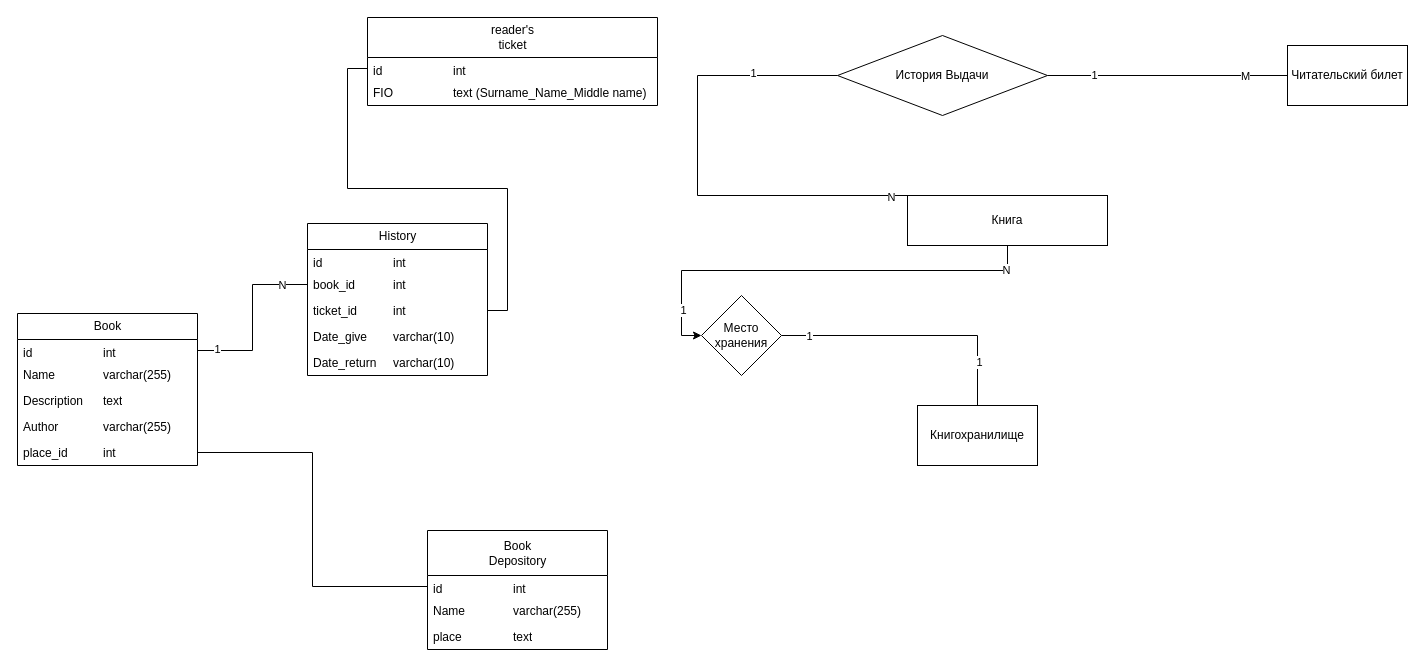
Before: MyDiogram.drawio in Andrhan04/DataBase, a draw.io diagram. Source tidied: cells renumbered, new cells numbered last; positions are measured from the earlier drawing's top-left corner, leaving out a move shared by most shapes. Both pictures are drawn from the tidied source at 100%, with x=0, y=0 at pixel (17, 17).
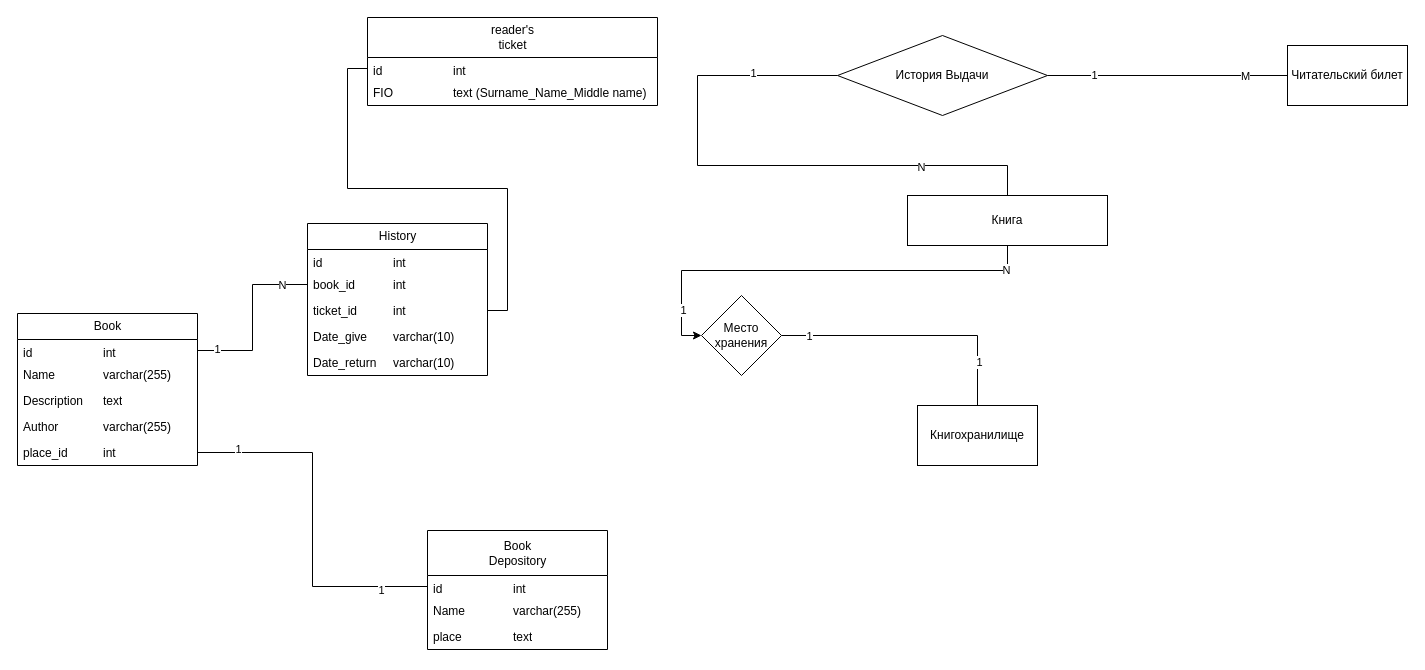
The same diagram, later.

Commit message (it also covers changes not shown here):
save author and delete ticket

The change refers to these unchanged cells:
```xml
<mxCell id="8" value="Книга" style="rounded=0;whiteSpace=wrap;html=1;" parent="1" vertex="1">
  <mxGeometry x="890" y="178" width="200" height="50" as="geometry" />
</mxCell>
<mxCell id="13" value="История Выдачи" style="rhombus;whiteSpace=wrap;html=1;" parent="1" vertex="1">
  <mxGeometry x="820" y="18" width="210" height="80" as="geometry" />
</mxCell>
<mxCell id="29" style="edgeStyle=orthogonalEdgeStyle;rounded=0;jettySize=auto;html=1;exitX=1;exitY=0.5;exitDx=0;exitDy=0;endArrow=none;endFill=0;" parent="1" edge="1" source="24" target="26">
  <mxGeometry relative="1" as="geometry" />
</mxCell>
```

Diff of the diagram source:
```diff
@@
     <mxCell id="10" style="edgeStyle=orthogonalEdgeStyle;rounded=0;jettySize=auto;html=1;endArrow=none;endFill=0;exitX=0.5;exitY=0;exitDx=0;exitDy=0;" parent="1" edge="1" source="8" target="13">
       <mxGeometry relative="1" as="geometry">
         <Array as="points">
-          <mxPoint x="680" y="178" />
+          <mxPoint x="990" y="148" />
+          <mxPoint x="680" y="148" />
           <mxPoint x="680" y="58" />
         </Array>
       </mxGeometry>
     </mxCell>
@@
+    <mxCell id="43" value="1" style="edgeLabel;html=1;align=center;verticalAlign=middle;" parent="29" vertex="1">
+      <mxGeometry x="-0.78" y="4" relative="1" as="geometry" />
+    </mxCell>
+    <mxCell id="44" value="1" style="edgeLabel;html=1;align=center;verticalAlign=middle;" parent="29" vertex="1">
+      <mxGeometry x="0.74" y="-3" relative="1" as="geometry" />
+    </mxCell>
```
